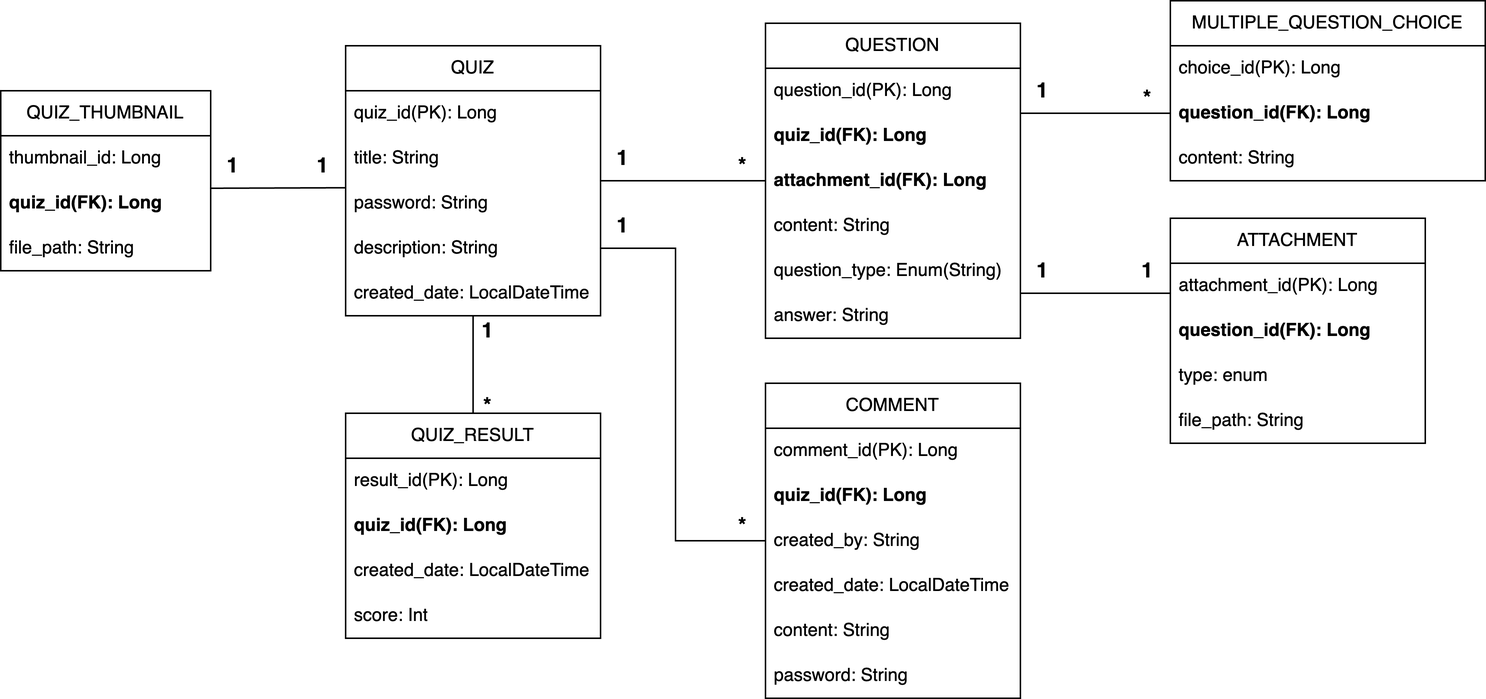
This is readme-img/harpseal_domain_model.png from mynameisjaehoon/harpseal-backend, a draw.io export, as it was before one commit. Source tidied: cells renumbered, new cells last; positions are measured from the earlier drawing's top-left corner, leaving out a move shared by most shapes.
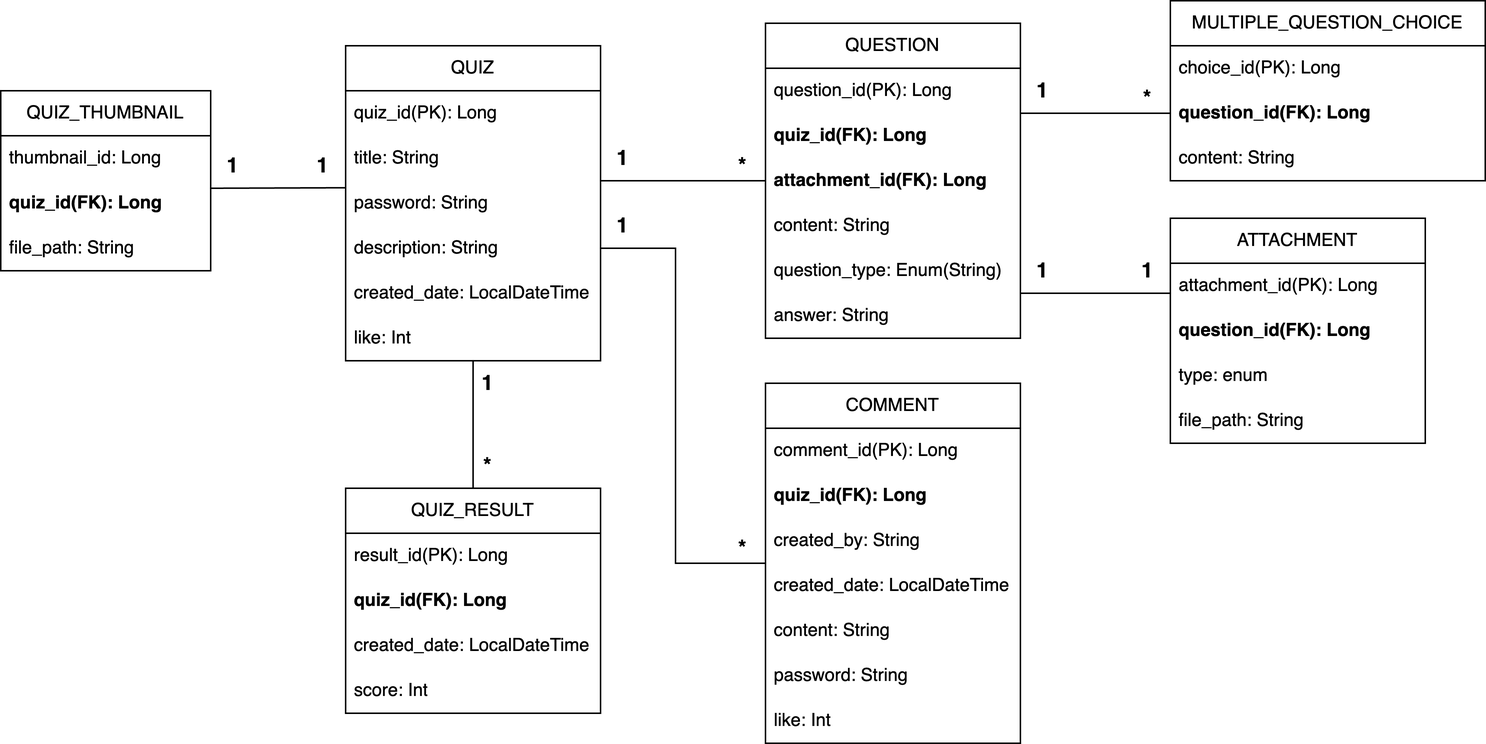
After the commit.

Commit message:
add: Quiz, Comment 엔티티에 좋아요(Like) 컬럼 추가

The edit, as a diff of the source:
```diff
@@ -3,7 +3,7 @@
     <mxCell id="0" />
     <mxCell id="1" parent="0" />
     <mxCell id="2" value="QUIZ" style="swimlane;fontStyle=0;horizontal=1;startSize=30;whiteSpace=wrap;html=1;" parent="1" vertex="1">
-      <mxGeometry x="230" y="30" width="170" height="180" as="geometry" />
+      <mxGeometry x="230" y="30" width="170" height="210" as="geometry" />
     </mxCell>
     <mxCell id="3" value="quiz_id(PK): Long" style="text;strokeColor=none;fillColor=none;align=left;verticalAlign=middle;spacingLeft=4;spacingRight=4;overflow=hidden;whiteSpace=wrap;html=1;" parent="2" vertex="1">
       <mxGeometry y="30" width="170" height="30" as="geometry" />
@@ -20,6 +20,9 @@
     <mxCell id="7" value="created_date: LocalDateTime" style="text;strokeColor=none;fillColor=none;align=left;verticalAlign=middle;spacingLeft=4;spacingRight=4;overflow=hidden;whiteSpace=wrap;html=1;" parent="2" vertex="1">
       <mxGeometry y="150" width="170" height="30" as="geometry" />
     </mxCell>
+    <mxCell id="58" value="like: Int" style="text;strokeColor=none;fillColor=none;align=left;verticalAlign=middle;spacingLeft=4;spacingRight=4;overflow=hidden;whiteSpace=wrap;html=1;" parent="2" vertex="1">
+      <mxGeometry y="180" width="170" height="30" as="geometry" />
+    </mxCell>
     <mxCell id="8" value="QUESTION" style="swimlane;fontStyle=0;horizontal=1;startSize=30;whiteSpace=wrap;html=1;" parent="1" vertex="1">
       <mxGeometry x="510" y="15" width="170" height="210" as="geometry" />
     </mxCell>
@@ -41,7 +44,7 @@
     <mxCell id="14" value="answer: String" style="text;strokeColor=none;fillColor=none;align=left;verticalAlign=middle;spacingLeft=4;spacingRight=4;overflow=hidden;whiteSpace=wrap;html=1;" parent="8" vertex="1">
       <mxGeometry y="180" width="170" height="30" as="geometry" />
     </mxCell>
-    <mxCell id="15" style="endArrow=none;html=1;rounded=0;" parent="1" edge="1" source="2" target="8">
+    <mxCell id="15" style="endArrow=none;html=1;rounded=0;exitX=0;exitY=1;exitDx=0;exitDy=0;" parent="1" edge="1" source="16" target="8">
       <mxGeometry relative="1" as="geometry" />
     </mxCell>
     <mxCell id="16" value="1" style="text;html=1;strokeColor=none;fillColor=none;align=center;verticalAlign=middle;whiteSpace=wrap;rounded=0;fontSize=14;fontStyle=1;" parent="1" vertex="1">
@@ -78,7 +81,7 @@
       <mxGeometry y="120" width="170" height="30" as="geometry" />
     </mxCell>
     <mxCell id="27" value="COMMENT" style="swimlane;fontStyle=0;horizontal=1;startSize=30;whiteSpace=wrap;html=1;" parent="1" vertex="1">
-      <mxGeometry x="510" y="255" width="170" height="210" as="geometry" />
+      <mxGeometry x="510" y="255" width="170" height="240" as="geometry" />
     </mxCell>
     <mxCell id="28" value="comment_id(PK): Long" style="text;strokeColor=none;fillColor=none;align=left;verticalAlign=middle;spacingLeft=4;spacingRight=4;overflow=hidden;whiteSpace=wrap;html=1;" parent="27" vertex="1">
       <mxGeometry y="30" width="170" height="30" as="geometry" />
@@ -98,8 +101,11 @@
     <mxCell id="33" value="password: String" style="text;strokeColor=none;fillColor=none;align=left;verticalAlign=middle;spacingLeft=4;spacingRight=4;overflow=hidden;whiteSpace=wrap;html=1;" parent="27" vertex="1">
       <mxGeometry y="180" width="170" height="30" as="geometry" />
     </mxCell>
+    <mxCell id="59" value="like: Int" style="text;strokeColor=none;fillColor=none;align=left;verticalAlign=middle;spacingLeft=4;spacingRight=4;overflow=hidden;whiteSpace=wrap;html=1;" parent="27" vertex="1">
+      <mxGeometry y="210" width="170" height="30" as="geometry" />
+    </mxCell>
     <mxCell id="34" value="QUIZ_RESULT" style="swimlane;fontStyle=0;horizontal=1;startSize=30;whiteSpace=wrap;html=1;" parent="1" vertex="1">
-      <mxGeometry x="230" y="275" width="170" height="150" as="geometry" />
+      <mxGeometry x="230" y="325" width="170" height="150" as="geometry" />
     </mxCell>
     <mxCell id="35" value="result_id(PK): Long" style="text;strokeColor=none;fillColor=none;align=left;verticalAlign=middle;spacingLeft=4;spacingRight=4;overflow=hidden;whiteSpace=wrap;html=1;" parent="34" vertex="1">
       <mxGeometry y="30" width="170" height="30" as="geometry" />
@@ -117,10 +123,10 @@
       <mxGeometry relative="1" as="geometry" />
     </mxCell>
     <mxCell id="40" value="1" style="text;html=1;strokeColor=none;fillColor=none;align=center;verticalAlign=middle;whiteSpace=wrap;rounded=0;fontSize=14;fontStyle=1;" parent="1" vertex="1">
-      <mxGeometry x="310" y="205" width="30" height="30" as="geometry" />
+      <mxGeometry x="310" y="240" width="30" height="30" as="geometry" />
     </mxCell>
     <mxCell id="41" value="*" style="text;html=1;strokeColor=none;fillColor=none;align=center;verticalAlign=middle;whiteSpace=wrap;rounded=0;fontSize=14;fontStyle=1;" parent="1" vertex="1">
-      <mxGeometry x="310" y="255" width="30" height="30" as="geometry" />
+      <mxGeometry x="310" y="295" width="30" height="30" as="geometry" />
     </mxCell>
     <mxCell id="42" style="endArrow=none;html=1;rounded=0;" parent="1" edge="1" target="27">
       <mxGeometry relative="1" as="geometry">
@@ -128,7 +134,7 @@
         <Array as="points">
           <mxPoint x="430" y="165" />
           <mxPoint x="450" y="165" />
-          <mxPoint x="450" y="360" />
+          <mxPoint x="450" y="375" />
         </Array>
       </mxGeometry>
     </mxCell>
@@ -136,7 +142,7 @@
       <mxGeometry x="400" y="135" width="30" height="30" as="geometry" />
     </mxCell>
     <mxCell id="44" value="*" style="text;html=1;strokeColor=none;fillColor=none;align=center;verticalAlign=middle;whiteSpace=wrap;rounded=0;fontSize=14;fontStyle=1;" parent="1" vertex="1">
-      <mxGeometry x="480" y="340" width="30" height="20" as="geometry" />
+      <mxGeometry x="480" y="355" width="30" height="20" as="geometry" />
     </mxCell>
     <mxCell id="45" style="endArrow=none;html=1;rounded=0;" parent="1" edge="1">
       <mxGeometry relative="1" as="geometry">
```
